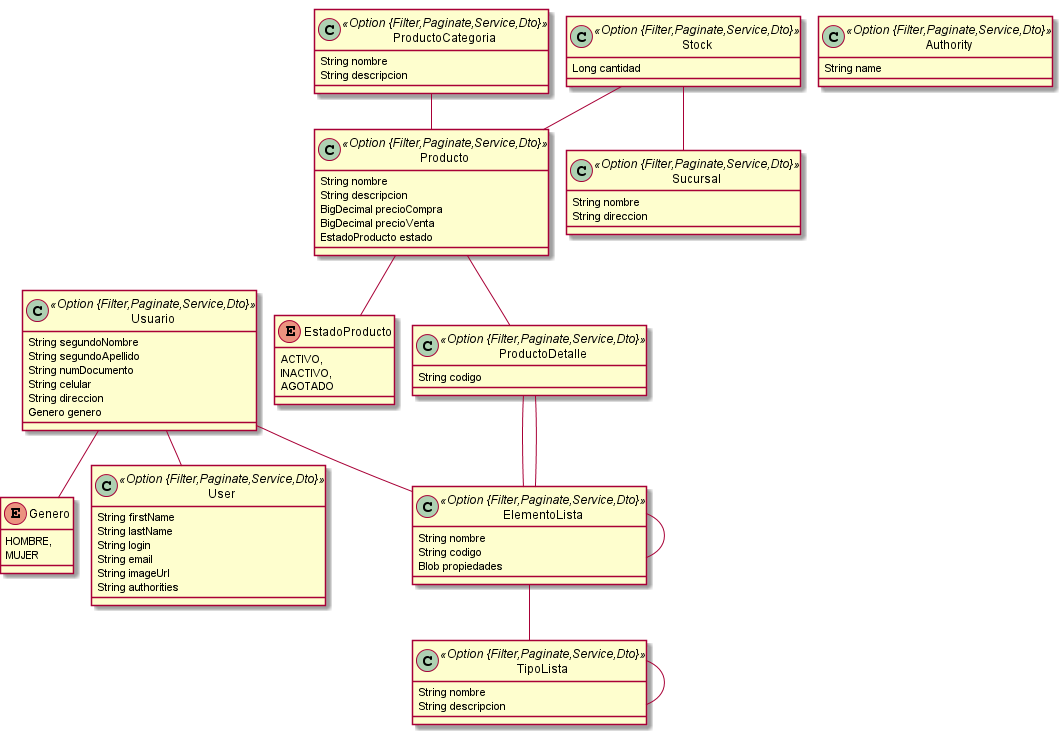
Above: inventario.png in AlfonsoCortez/jhipster-tienda (PlantUML), before the change. Its diagram source:
```plantuml
@startuml
	!pragma graphviz_dot jdot
	!pragma syntax class
	class Producto <<Option {Filter,Paginate,Service,Dto}>> {
		String nombre
		String descripcion
		BigDecimal precioCompra
		BigDecimal precioVenta
		EstadoProducto estado
	}
	Producto ..> EstadoProducto
	class Stock <<Option {Filter,Paginate,Service,Dto}>> {
		Long cantidad
	}
	class ProductoDetalle <<Option {Filter,Paginate,Service,Dto}>> {
		String codigo
	}
	enum EstadoProducto {
		ACTIVO,
		INACTIVO,
		AGOTADO
	}
	class Sucursal <<Option {Filter,Paginate,Service,Dto}>> {
		String nombre
		String direccion
	}
	class Usuario <<Option {Filter,Paginate,Service,Dto}>> {
		String segundoNombre
		String segundoApellido
		String numDocumento
		String celular
		String direccion
		Genero genero
	}
	Usuario ..> Genero
	class TipoLista <<Option {Filter,Paginate,Service,Dto}>> {
		String nombre
		String descripcion
	}
	class ElementoLista <<Option {Filter,Paginate,Service,Dto}>> {
		String nombre
		String codigo
		Blob propiedades
	}
	class ProductoCategoria <<Option {Filter,Paginate,Service,Dto}>> {
		String nombre
		String descripcion
	}
	enum Genero {
		HOMBRE,
		MUJER
	}
	Usuario  "user(login) 0..1 " -- "0..1 "  User
	TipoLista  "padre(nombre) 0..* " o-- "0..1 "  TipoLista
	ElementoLista  "tipoLista(nombre)  1..* " o-- "0..1 "  TipoLista
	ElementoLista  "padre(nombre) 0..* " o-- "0..1 "  ElementoLista
	ProductoDetalle  "Talla(nombre)  1..* " o-- "0..1 "  ElementoLista
	ProductoDetalle  "Color(nombre)  1..* " o-- "0..1 "  ElementoLista
	Stock  "producto 0..* " o-- "0..1 "  Producto
	Stock  "sucursal 0..* " o-- "0..1 "  Sucursal
	Usuario  "cuidad(nombre)  1..* " o-- "0..1 "  ElementoLista
	ProductoCategoria  "producto 0..1 " --o "productCategoria 0..* "  Producto
	Producto  "productoDetalle 0..1 " --o "producto(nombre) 0..* "  ProductoDetalle
	class Authority <<Option {Filter,Paginate,Service,Dto}>> {
		String name
	}
	class User <<Option {Filter,Paginate,Service,Dto}>> {
		String firstName
		String lastName
		String login
		String email
		String imageUrl
		String authorities
	}
@enduml
```
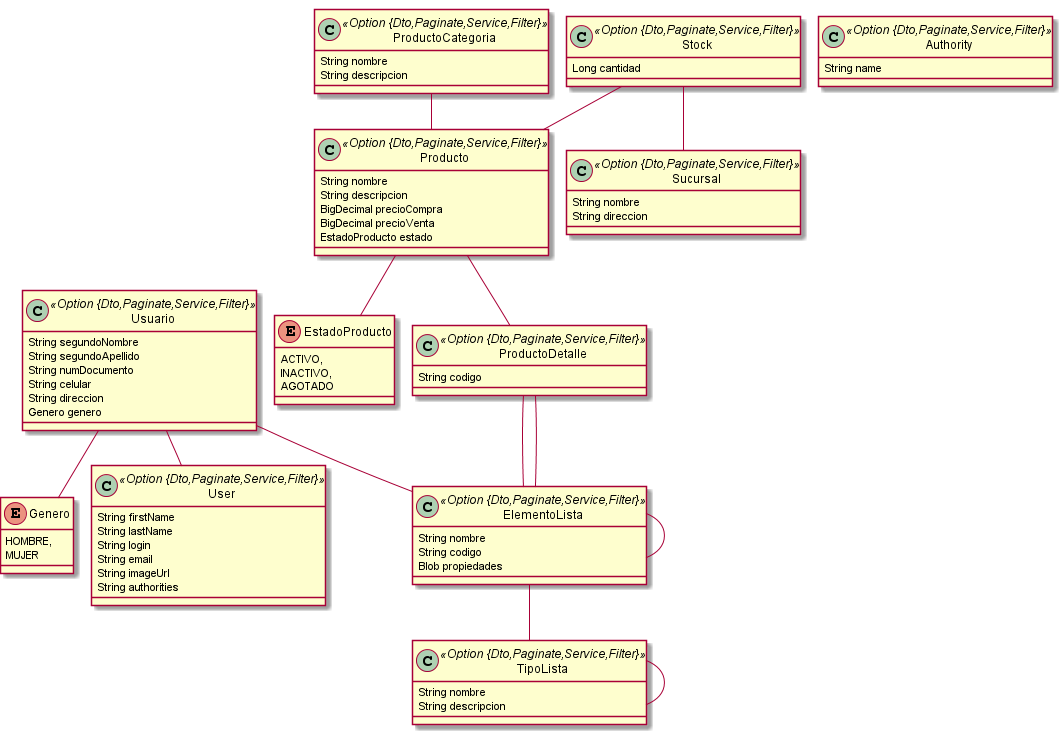
After the commit.

Change to the diagram source:
```diff
@@ -1,7 +1,7 @@
 @startuml
 	!pragma graphviz_dot jdot
 	!pragma syntax class
-	class Producto <<Option {Filter,Paginate,Service,Dto}>> {
+	class Producto <<Option {Dto,Paginate,Service,Filter}>> {
 		String nombre
 		String descripcion
 		BigDecimal precioCompra
@@ -9,10 +9,10 @@
 		EstadoProducto estado
 	}
 	Producto ..> EstadoProducto
-	class Stock <<Option {Filter,Paginate,Service,Dto}>> {
+	class Stock <<Option {Dto,Paginate,Service,Filter}>> {
 		Long cantidad
 	}
-	class ProductoDetalle <<Option {Filter,Paginate,Service,Dto}>> {
+	class ProductoDetalle <<Option {Dto,Paginate,Service,Filter}>> {
 		String codigo
 	}
 	enum EstadoProducto {
@@ -20,11 +20,11 @@
 		INACTIVO,
 		AGOTADO
 	}
-	class Sucursal <<Option {Filter,Paginate,Service,Dto}>> {
+	class Sucursal <<Option {Dto,Paginate,Service,Filter}>> {
 		String nombre
 		String direccion
 	}
-	class Usuario <<Option {Filter,Paginate,Service,Dto}>> {
+	class Usuario <<Option {Dto,Paginate,Service,Filter}>> {
 		String segundoNombre
 		String segundoApellido
 		String numDocumento
@@ -33,16 +33,16 @@
 		Genero genero
 	}
 	Usuario ..> Genero
-	class TipoLista <<Option {Filter,Paginate,Service,Dto}>> {
+	class TipoLista <<Option {Dto,Paginate,Service,Filter}>> {
 		String nombre
 		String descripcion
 	}
-	class ElementoLista <<Option {Filter,Paginate,Service,Dto}>> {
+	class ElementoLista <<Option {Dto,Paginate,Service,Filter}>> {
 		String nombre
 		String codigo
 		Blob propiedades
 	}
-	class ProductoCategoria <<Option {Filter,Paginate,Service,Dto}>> {
+	class ProductoCategoria <<Option {Dto,Paginate,Service,Filter}>> {
 		String nombre
 		String descripcion
 	}
@@ -61,10 +61,10 @@
 	Usuario  "cuidad(nombre)  1..* " o-- "0..1 "  ElementoLista
 	ProductoCategoria  "producto 0..1 " --o "productCategoria 0..* "  Producto
 	Producto  "productoDetalle 0..1 " --o "producto(nombre) 0..* "  ProductoDetalle
-	class Authority <<Option {Filter,Paginate,Service,Dto}>> {
+	class Authority <<Option {Dto,Paginate,Service,Filter}>> {
 		String name
 	}
-	class User <<Option {Filter,Paginate,Service,Dto}>> {
+	class User <<Option {Dto,Paginate,Service,Filter}>> {
 		String firstName
 		String lastName
 		String login
```
